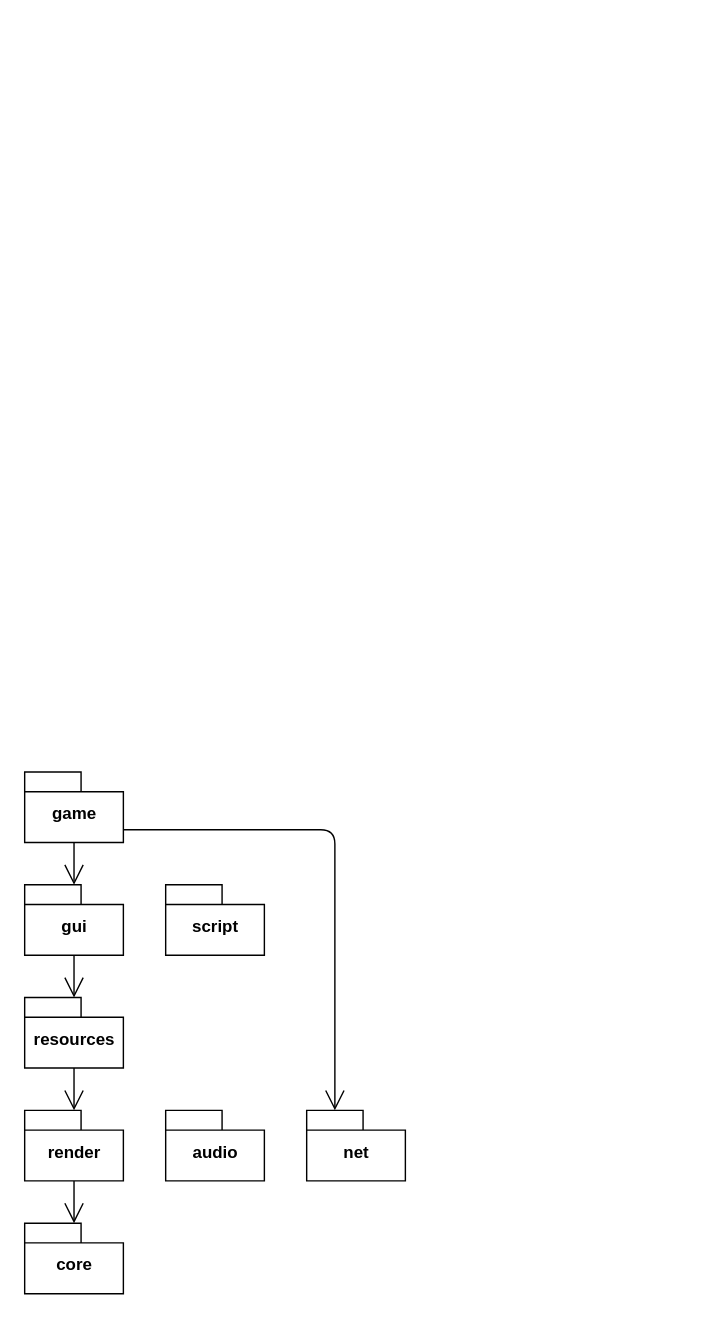
This is doc/classes.drawio from seedhartha/reone, a draw.io file, before an edit. Source tidied: cells renumbered, new cells numbered last; positions are measured from the earlier drawing's top-left corner, leaving out a move shared by most shapes. Both pictures are drawn from the tidied source at 141%, with x=0, y=0 at pixel (24, 771).
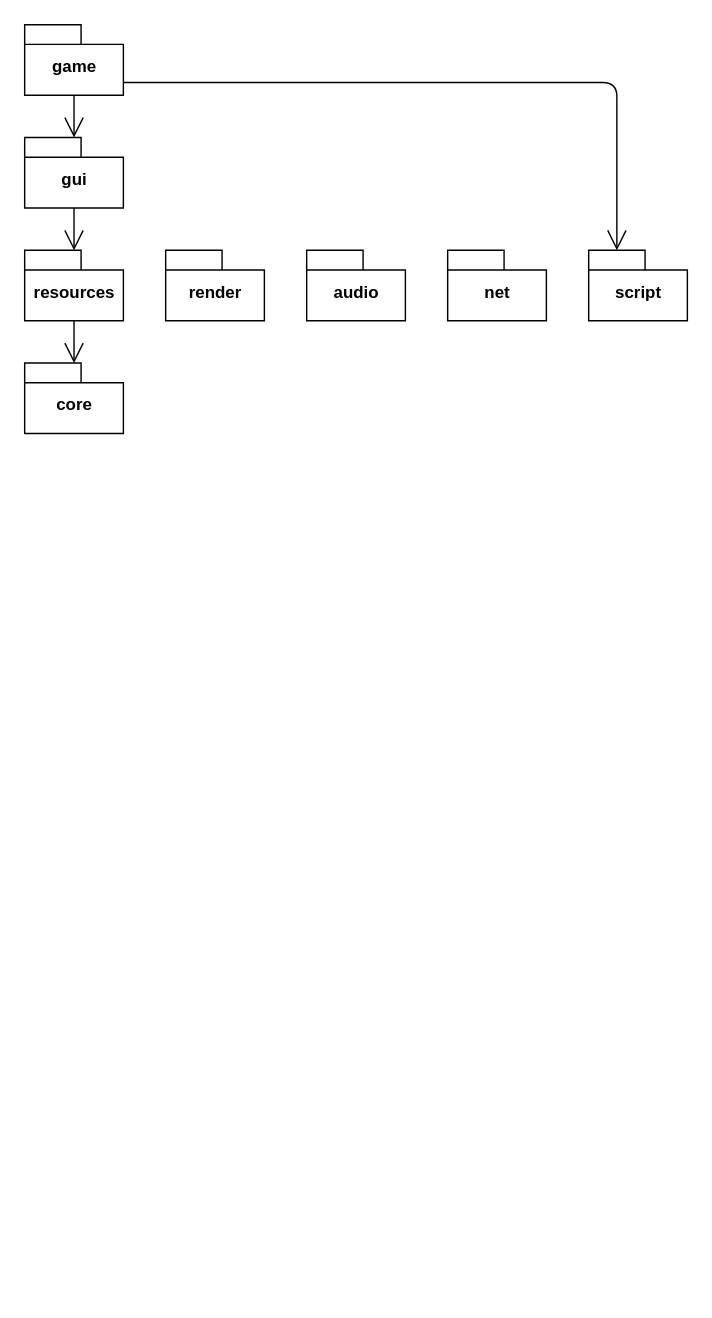
The same diagram, later.

The edit, as a diff of the source:
```diff
@@
 <mxGraphModel>
   <root>
     <mxCell id="0" />
     <mxCell id="1" parent="0" />
     <mxCell id="2" value="core" style="shape=folder;fontStyle=1;spacingTop=10;tabWidth=40;tabHeight=14;tabPosition=left;html=1;" parent="1" vertex="1">
-      <mxGeometry y="320" width="70" height="50" as="geometry" />
+      <mxGeometry y="-290" width="70" height="50" as="geometry" />
     </mxCell>
     <mxCell id="3" value="resources" style="shape=folder;fontStyle=1;spacingTop=10;tabWidth=40;tabHeight=14;tabPosition=left;html=1;" parent="1" vertex="1">
-      <mxGeometry y="160" width="70" height="50" as="geometry" />
+      <mxGeometry y="-370" width="70" height="50" as="geometry" />
     </mxCell>
     <mxCell id="4" value="render" style="shape=folder;fontStyle=1;spacingTop=10;tabWidth=40;tabHeight=14;tabPosition=left;html=1;" parent="1" vertex="1">
-      <mxGeometry y="240" width="70" height="50" as="geometry" />
+      <mxGeometry x="100" y="-370" width="70" height="50" as="geometry" />
     </mxCell>
     <mxCell id="5" value="audio" style="shape=folder;fontStyle=1;spacingTop=10;tabWidth=40;tabHeight=14;tabPosition=left;html=1;" parent="1" vertex="1">
-      <mxGeometry x="100" y="240" width="70" height="50" as="geometry" />
+      <mxGeometry x="200" y="-370" width="70" height="50" as="geometry" />
     </mxCell>
     <mxCell id="6" value="net" style="shape=folder;fontStyle=1;spacingTop=10;tabWidth=40;tabHeight=14;tabPosition=left;html=1;" parent="1" vertex="1">
-      <mxGeometry x="200" y="240" width="70" height="50" as="geometry" />
+      <mxGeometry x="300" y="-370" width="70" height="50" as="geometry" />
     </mxCell>
     <mxCell id="7" value="game" style="shape=folder;fontStyle=1;spacingTop=10;tabWidth=40;tabHeight=14;tabPosition=left;html=1;" parent="1" vertex="1">
-      <mxGeometry width="70" height="50" as="geometry" />
+      <mxGeometry y="-530" width="70" height="50" as="geometry" />
     </mxCell>
     <mxCell id="8" value="script" style="shape=folder;fontStyle=1;spacingTop=10;tabWidth=40;tabHeight=14;tabPosition=left;html=1;" parent="1" vertex="1">
-      <mxGeometry x="100" y="80" width="70" height="50" as="geometry" />
+      <mxGeometry x="400" y="-370" width="70" height="50" as="geometry" />
     </mxCell>
     <mxCell id="9" value="gui" style="shape=folder;fontStyle=1;spacingTop=10;tabWidth=40;tabHeight=14;tabPosition=left;html=1;" parent="1" vertex="1">
-      <mxGeometry y="80" width="70" height="50" as="geometry" />
+      <mxGeometry y="-450" width="70" height="50" as="geometry" />
     </mxCell>
-    <mxCell id="10" style="endArrow=open;endFill=1;endSize=12;html=1;exitX=0;exitY=0;exitDx=70;exitDy=41;exitPerimeter=0;entryX=0;entryY=0;entryDx=20;entryDy=0;entryPerimeter=0;" parent="1" edge="1" source="7" target="6">
-      <mxGeometry relative="1" as="geometry">
-        <Array as="points">
-          <mxPoint x="220" y="41" />
-        </Array>
-      </mxGeometry>
-    </mxCell>
     <mxCell id="11" style="endArrow=open;endFill=1;endSize=12;html=1;" parent="1" edge="1" source="7" target="9">
       <mxGeometry relative="1" as="geometry" />
     </mxCell>
-    <mxCell id="12" style="endArrow=open;endFill=1;endSize=12;html=1;" parent="1" edge="1" source="3" target="4">
-      <mxGeometry relative="1" as="geometry" />
-    </mxCell>
     <mxCell id="13" style="endArrow=open;endFill=1;endSize=12;html=1;" parent="1" edge="1" source="9" target="3">
       <mxGeometry relative="1" as="geometry" />
     </mxCell>
-    <mxCell id="14" style="endArrow=open;endFill=1;endSize=12;html=1;" parent="1" edge="1" source="4" target="2">
-      <mxGeometry relative="1" as="geometry" />
-    </mxCell>
+    <mxCell id="15" style="endArrow=open;endFill=1;endSize=12;html=1;" parent="1" edge="1" source="3" target="2">
+      <mxGeometry relative="1" as="geometry" />
+    </mxCell>
+    <mxCell id="16" style="endArrow=open;endFill=1;endSize=12;html=1;entryX=0;entryY=0;entryDx=20;entryDy=0;entryPerimeter=0;exitX=0;exitY=0;exitDx=70;exitDy=41;exitPerimeter=0;" parent="1" edge="1" source="7" target="8">
+      <mxGeometry relative="1" as="geometry">
+        <Array as="points">
+          <mxPoint x="420" y="-489" />
+        </Array>
+      </mxGeometry>
+    </mxCell>
   </root>
 </mxGraphModel>
```
